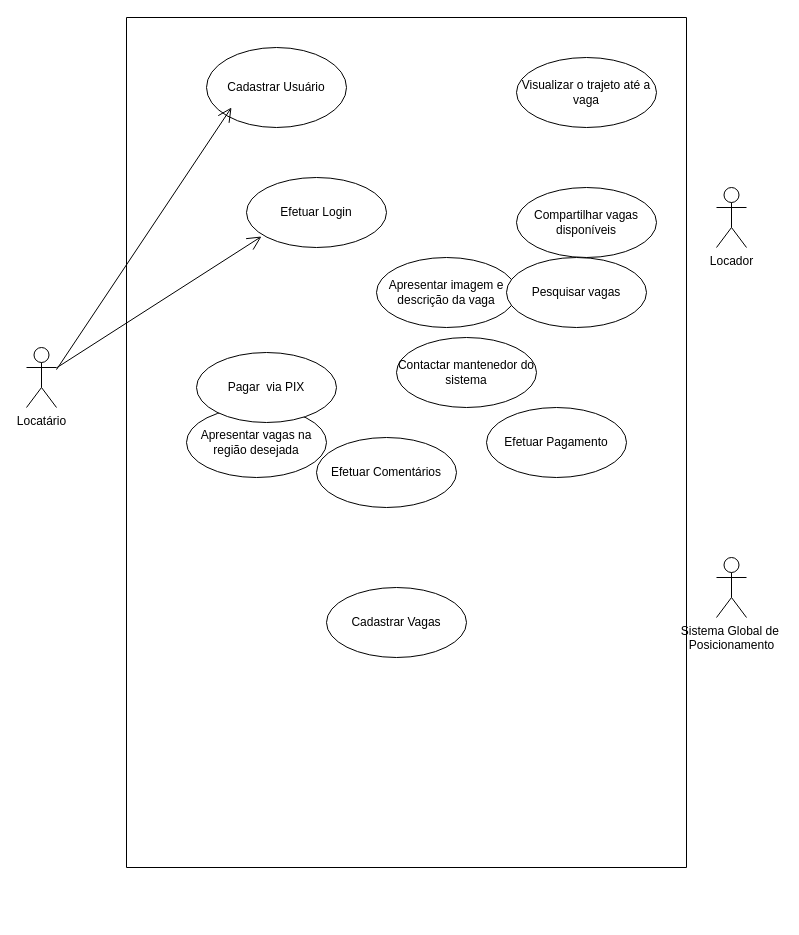
The draw.io diagram docs/Diagrama/Diagrama sem nome.drawio in ICEI-PUC-Minas-PMV-ADS/pmv-ads-2023-2-e2-proj-int-t3-park4you, before the edit. Source tidied: cells renumbered, new cells numbered last; positions are measured from the earlier drawing's top-left corner, leaving out a move shared by most shapes. Both pictures are drawn from the tidied source at 100%, with x=0, y=0 at pixel (26, 17).
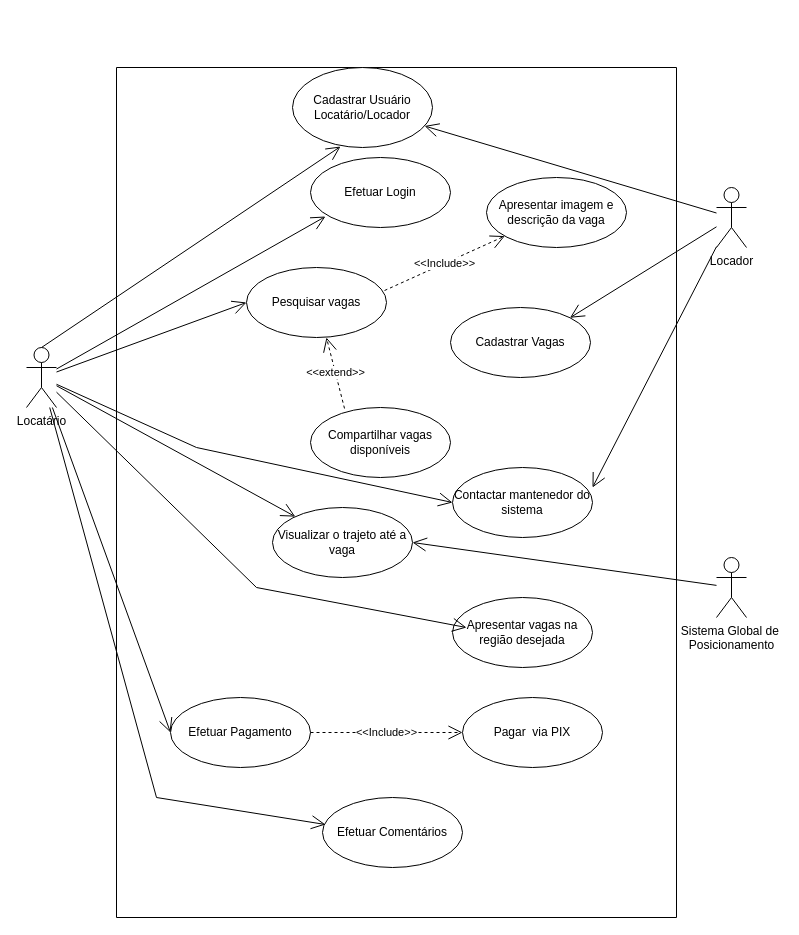
Above is the later version.

The change refers to these unchanged cells:
```xml
<mxCell id="15" value="Locatário" style="shape=umlActor;verticalLabelPosition=bottom;verticalAlign=top;html=1;outlineConnect=0;" parent="1" vertex="1">
  <mxGeometry y="330" width="30" height="60" as="geometry" />
</mxCell>
<mxCell id="16" value="Locador" style="shape=umlActor;verticalLabelPosition=bottom;verticalAlign=top;html=1;outlineConnect=0;" parent="1" vertex="1">
  <mxGeometry x="690" y="170" width="30" height="60" as="geometry" />
</mxCell>
<mxCell id="17" value="Sistema Global de&amp;nbsp;&lt;br&gt;Posicionamento" style="shape=umlActor;verticalLabelPosition=bottom;verticalAlign=top;html=1;" parent="1" vertex="1">
  <mxGeometry x="690" y="540" width="30" height="60" as="geometry" />
</mxCell>
```

What changed in the source:
```diff
@@
     <mxCell id="2" style="swimlane;startSize=0;" parent="1" vertex="1">
-      <mxGeometry x="100" width="560" height="850" as="geometry" />
+      <mxGeometry x="90" y="50" width="560" height="850" as="geometry" />
     </mxCell>
     <mxCell id="3" value="Apresentar vagas na região desejada" style="ellipse;whiteSpace=wrap;html=1;" parent="2" vertex="1">
-      <mxGeometry x="60" y="390" width="140" height="70" as="geometry" />
+      <mxGeometry x="336" y="530" width="140" height="70" as="geometry" />
     </mxCell>
     <mxCell id="4" value="Visualizar o trajeto até a vaga" style="ellipse;whiteSpace=wrap;html=1;" parent="2" vertex="1">
-      <mxGeometry x="390" y="40" width="140" height="70" as="geometry" />
+      <mxGeometry x="156" y="440" width="140" height="70" as="geometry" />
     </mxCell>
     <mxCell id="5" value="Apresentar imagem e descrição da vaga" style="ellipse;whiteSpace=wrap;html=1;" parent="2" vertex="1">
-      <mxGeometry x="250" y="240" width="140" height="70" as="geometry" />
+      <mxGeometry x="370" y="110" width="140" height="70" as="geometry" />
     </mxCell>
-    <mxCell id="6" value="Cadastrar Usuário" style="ellipse;whiteSpace=wrap;html=1;" parent="2" vertex="1">
-      <mxGeometry x="80" y="30" width="140" height="80" as="geometry" />
+    <mxCell id="6" value="Cadastrar Usuário&lt;br&gt;Locatário/Locador" style="ellipse;whiteSpace=wrap;html=1;" parent="2" vertex="1">
+      <mxGeometry x="176" width="140" height="80" as="geometry" />
     </mxCell>
     <mxCell id="7" value="Contactar mantenedor do sistema" style="ellipse;whiteSpace=wrap;html=1;" parent="2" vertex="1">
-      <mxGeometry x="270" y="320" width="140" height="70" as="geometry" />
+      <mxGeometry x="336" y="400" width="140" height="70" as="geometry" />
     </mxCell>
     <mxCell id="8" value="Efetuar Pagamento" style="ellipse;whiteSpace=wrap;html=1;" parent="2" vertex="1">
-      <mxGeometry x="360" y="390" width="140" height="70" as="geometry" />
+      <mxGeometry x="54" y="630" width="140" height="70" as="geometry" />
     </mxCell>
     <mxCell id="9" value="Efetuar Login" style="ellipse;whiteSpace=wrap;html=1;" parent="2" vertex="1">
-      <mxGeometry x="120" y="160" width="140" height="70" as="geometry" />
+      <mxGeometry x="194" y="90" width="140" height="70" as="geometry" />
     </mxCell>
     <mxCell id="10" value="Compartilhar vagas disponíveis" style="ellipse;whiteSpace=wrap;html=1;" parent="2" vertex="1">
-      <mxGeometry x="390" y="170" width="140" height="70" as="geometry" />
+      <mxGeometry x="194" y="340" width="140" height="70" as="geometry" />
     </mxCell>
     <mxCell id="11" value="Cadastrar Vagas" style="ellipse;whiteSpace=wrap;html=1;" parent="2" vertex="1">
-      <mxGeometry x="200" y="570" width="140" height="70" as="geometry" />
+      <mxGeometry x="334" y="240" width="140" height="70" as="geometry" />
     </mxCell>
     <mxCell id="12" value="Pagar&amp;nbsp; via PIX" style="ellipse;whiteSpace=wrap;html=1;" parent="2" vertex="1">
-      <mxGeometry x="70" y="335" width="140" height="70" as="geometry" />
+      <mxGeometry x="346" y="630" width="140" height="70" as="geometry" />
     </mxCell>
     <mxCell id="13" value="Efetuar Comentários" style="ellipse;whiteSpace=wrap;html=1;" parent="2" vertex="1">
-      <mxGeometry x="190" y="420" width="140" height="70" as="geometry" />
+      <mxGeometry x="206" y="730" width="140" height="70" as="geometry" />
     </mxCell>
     <mxCell id="14" value="Pesquisar vagas" style="ellipse;whiteSpace=wrap;html=1;" parent="2" vertex="1">
-      <mxGeometry x="380" y="240" width="140" height="70" as="geometry" />
+      <mxGeometry x="130" y="200" width="140" height="70" as="geometry" />
     </mxCell>
+    <mxCell id="20" value="&amp;lt;&amp;lt;Include&amp;gt;&amp;gt;" style="endArrow=open;endSize=12;dashed=1;html=1;rounded=0;exitX=1;exitY=0.5;exitDx=0;exitDy=0;entryX=0;entryY=0.5;entryDx=0;entryDy=0;" parent="2" edge="1" source="8" target="12">
+      <mxGeometry relative="1" as="geometry" />
+    </mxCell>
+    <mxCell id="21" value="&amp;lt;&amp;lt;Include&amp;gt;&amp;gt;" style="endArrow=open;endSize=12;dashed=1;html=1;rounded=0;exitX=0.986;exitY=0.329;exitDx=0;exitDy=0;exitPerimeter=0;" parent="2" edge="1" source="14" target="5">
+      <mxGeometry relative="1" as="geometry" />
+    </mxCell>
+    <mxCell id="22" value="&amp;lt;&amp;lt;extend&amp;gt;&amp;gt;" style="endArrow=open;endSize=12;dashed=1;html=1;rounded=0;exitX=0.243;exitY=0.014;exitDx=0;exitDy=0;exitPerimeter=0;entryX=0.571;entryY=1;entryDx=0;entryDy=0;entryPerimeter=0;" parent="2" edge="1" source="10" target="14">
+      <mxGeometry relative="1" as="geometry" />
+    </mxCell>
@@
-    <mxCell id="18" style="endArrow=open;endFill=1;endSize=12;html=1;rounded=0;" parent="1" edge="1">
-      <mxGeometry relative="1" as="geometry">
-        <mxPoint x="30" y="352.1" as="sourcePoint" />
-        <mxPoint x="205" y="90" as="targetPoint" />
-      </mxGeometry>
+    <mxCell id="18" style="endArrow=open;endFill=1;endSize=12;html=1;rounded=0;exitX=0.5;exitY=0;exitDx=0;exitDy=0;exitPerimeter=0;entryX=0.343;entryY=0.988;entryDx=0;entryDy=0;entryPerimeter=0;" parent="1" edge="1" source="15" target="6">
+      <mxGeometry relative="1" as="geometry" />
     </mxCell>
@@
+    <mxCell id="23" style="endArrow=open;endFill=1;endSize=12;html=1;rounded=0;entryX=0;entryY=0.5;entryDx=0;entryDy=0;" parent="1" edge="1" source="15" target="14">
+      <mxGeometry relative="1" as="geometry" />
+    </mxCell>
+    <mxCell id="24" style="endArrow=open;endFill=1;endSize=12;html=1;rounded=0;" parent="1" edge="1" source="15" target="4">
+      <mxGeometry relative="1" as="geometry" />
+    </mxCell>
+    <mxCell id="25" style="endArrow=open;endFill=1;endSize=12;html=1;rounded=0;entryX=0;entryY=0.5;entryDx=0;entryDy=0;" parent="1" edge="1" source="15" target="8">
+      <mxGeometry relative="1" as="geometry" />
+    </mxCell>
+    <mxCell id="26" style="endArrow=open;endFill=1;endSize=12;html=1;rounded=0;entryX=1;entryY=0;entryDx=0;entryDy=0;" parent="1" edge="1" source="16" target="11">
+      <mxGeometry relative="1" as="geometry" />
+    </mxCell>
+    <mxCell id="27" style="endArrow=open;endFill=1;endSize=12;html=1;rounded=0;entryX=1;entryY=0.5;entryDx=0;entryDy=0;" parent="1" edge="1" source="17" target="4">
+      <mxGeometry relative="1" as="geometry" />
+    </mxCell>
+    <mxCell id="28" style="endArrow=open;endFill=1;endSize=12;html=1;rounded=0;entryX=0.021;entryY=0.386;entryDx=0;entryDy=0;entryPerimeter=0;" parent="1" edge="1" source="15" target="13">
+      <mxGeometry relative="1" as="geometry">
+        <Array as="points">
+          <mxPoint x="130" y="780" />
+        </Array>
+      </mxGeometry>
+    </mxCell>
+    <mxCell id="29" style="endArrow=open;endFill=1;endSize=12;html=1;rounded=0;entryX=0;entryY=0.5;entryDx=0;entryDy=0;" parent="1" edge="1" source="15" target="7">
+      <mxGeometry relative="1" as="geometry">
+        <Array as="points">
+          <mxPoint x="170" y="430" />
+        </Array>
+      </mxGeometry>
+    </mxCell>
+    <mxCell id="30" style="endArrow=open;endFill=1;endSize=12;html=1;rounded=0;entryX=1;entryY=0.286;entryDx=0;entryDy=0;entryPerimeter=0;" parent="1" edge="1" source="16" target="7">
+      <mxGeometry relative="1" as="geometry" />
+    </mxCell>
+    <mxCell id="31" style="endArrow=open;endFill=1;endSize=12;html=1;rounded=0;" parent="1" edge="1" source="16" target="6">
+      <mxGeometry relative="1" as="geometry" />
+    </mxCell>
+    <mxCell id="32" style="endArrow=open;endFill=1;endSize=12;html=1;rounded=0;entryX=0.1;entryY=0.429;entryDx=0;entryDy=0;entryPerimeter=0;" parent="1" edge="1" source="15" target="3">
+      <mxGeometry relative="1" as="geometry">
+        <Array as="points">
+          <mxPoint x="230" y="570" />
+        </Array>
+      </mxGeometry>
+    </mxCell>
```
